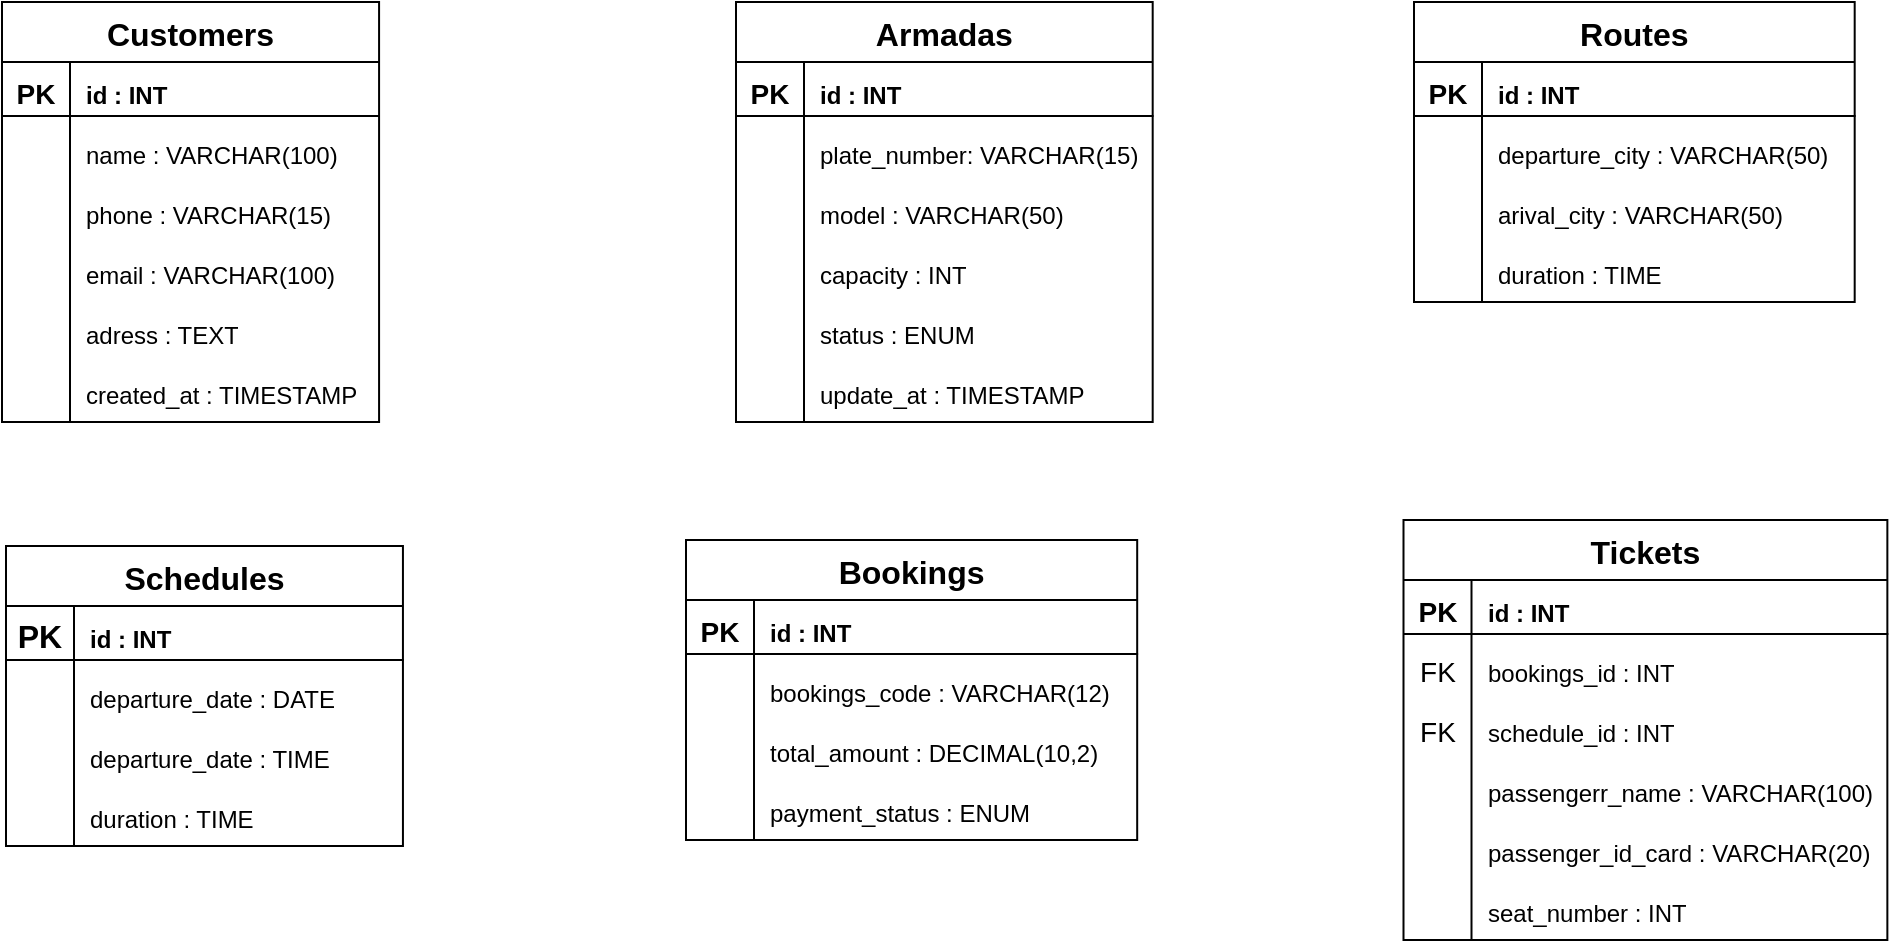
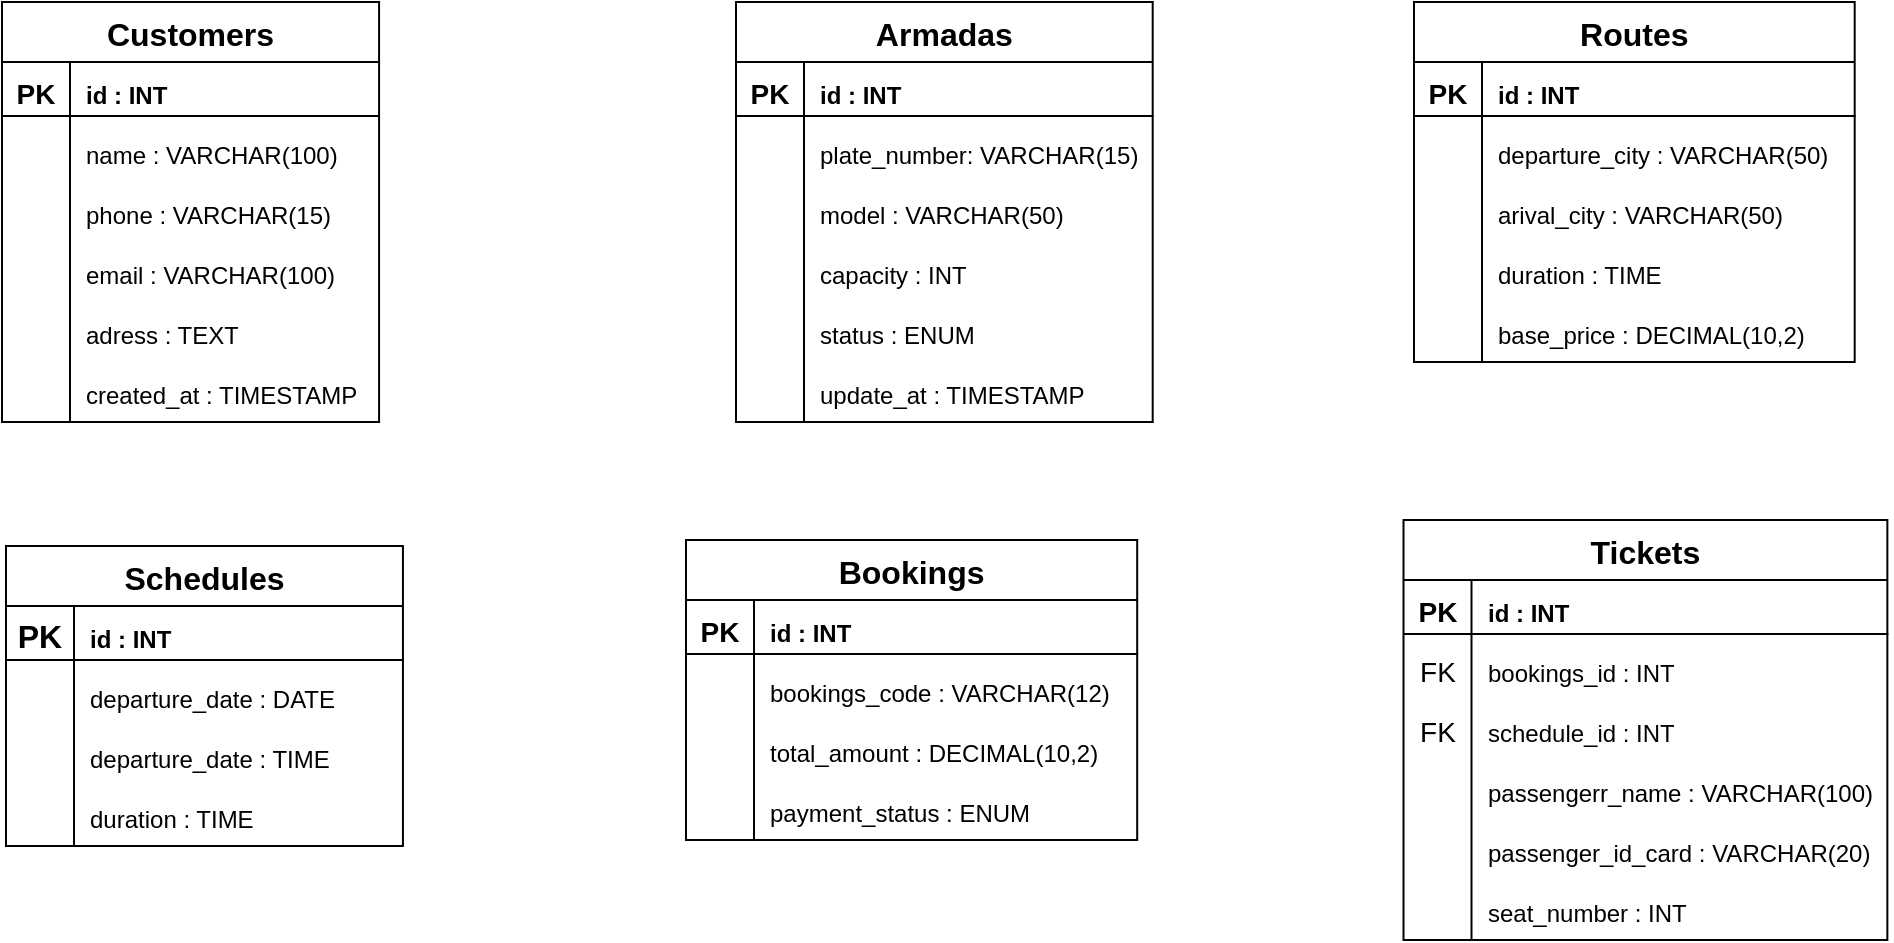
<mxfile host="Electron">
  <diagram name="Page-1" id="kJ8Mc6y_ZzB0DB1dgNBE">
    <mxGraphModel dx="1439" dy="849" grid="0" gridSize="10" guides="1" tooltips="1" connect="1" arrows="1" fold="1" page="1" pageScale="1" pageWidth="1169" pageHeight="827" background="#ffffff" math="0" shadow="0">
      <root>
        <mxCell id="0" />
        <mxCell id="1" parent="0" />
        <mxCell id="spA_d-TOyame6YQLWrdW-179" parent="1" style="shape=table;startSize=30;container=1;collapsible=0;childLayout=tableLayout;fixedRows=1;rowLines=0;fontStyle=1;strokeColor=#000000;fontSize=16;fontColor=#000000;fillColor=#FFFFFF;" value="Customers" vertex="1">
          <mxGeometry height="210" width="188.54173932756737" x="130" y="88" as="geometry" />
        </mxCell>
        <mxCell id="spA_d-TOyame6YQLWrdW-180" parent="spA_d-TOyame6YQLWrdW-179" style="shape=tableRow;horizontal=0;startSize=0;swimlaneHead=0;swimlaneBody=0;top=0;left=0;bottom=0;right=0;collapsible=0;dropTarget=0;fillColor=none;points=[[0,0.5],[1,0.5]];portConstraint=eastwest;strokeColor=inherit;fontSize=16;" value="" vertex="1">
          <mxGeometry height="30" width="188.54173932756737" y="30" as="geometry" />
        </mxCell>
        <mxCell id="spA_d-TOyame6YQLWrdW-181" parent="spA_d-TOyame6YQLWrdW-180" style="shape=partialRectangle;html=1;whiteSpace=wrap;connectable=0;fillColor=none;top=0;left=0;bottom=0;right=0;overflow=hidden;pointerEvents=1;strokeColor=#000000;fontSize=16;fontColor=#000000;" value="&lt;b&gt;&lt;font style=&quot;font-size: 14px;&quot;&gt;PK&lt;/font&gt;&lt;/b&gt;" vertex="1">
          <mxGeometry height="30" width="34" as="geometry">
            <mxRectangle height="30" width="34" as="alternateBounds" />
          </mxGeometry>
        </mxCell>
        <mxCell id="spA_d-TOyame6YQLWrdW-182" parent="spA_d-TOyame6YQLWrdW-180" style="shape=partialRectangle;html=1;whiteSpace=wrap;connectable=0;fillColor=none;top=0;left=0;bottom=0;right=0;align=left;spacingLeft=6;overflow=hidden;strokeColor=#000000;fontSize=16;fontColor=#000000;" value="&lt;font style=&quot;font-size: 12px;&quot;&gt;&lt;b&gt;id : INT&lt;/b&gt;&lt;/font&gt;" vertex="1">
          <mxGeometry height="30" width="155" x="34" as="geometry">
            <mxRectangle height="30" width="155" as="alternateBounds" />
          </mxGeometry>
        </mxCell>
        <mxCell id="spA_d-TOyame6YQLWrdW-183" parent="spA_d-TOyame6YQLWrdW-179" style="shape=tableRow;horizontal=0;startSize=0;swimlaneHead=0;swimlaneBody=0;top=0;left=0;bottom=0;right=0;collapsible=0;dropTarget=0;fillColor=none;points=[[0,0.5],[1,0.5]];portConstraint=eastwest;strokeColor=inherit;fontSize=16;" value="" vertex="1">
          <mxGeometry height="30" width="188.54173932756737" y="60" as="geometry" />
        </mxCell>
        <mxCell id="spA_d-TOyame6YQLWrdW-184" parent="spA_d-TOyame6YQLWrdW-183" style="shape=partialRectangle;html=1;whiteSpace=wrap;connectable=0;fillColor=none;top=0;left=0;bottom=0;right=0;overflow=hidden;strokeColor=inherit;fontSize=16;fontColor=#000000;" value="" vertex="1">
          <mxGeometry height="30" width="34" as="geometry">
            <mxRectangle height="30" width="34" as="alternateBounds" />
          </mxGeometry>
        </mxCell>
        <mxCell id="spA_d-TOyame6YQLWrdW-185" parent="spA_d-TOyame6YQLWrdW-183" style="shape=partialRectangle;html=1;whiteSpace=wrap;connectable=0;fillColor=none;top=0;left=0;bottom=0;right=0;align=left;spacingLeft=6;overflow=hidden;strokeColor=inherit;fontSize=16;fontColor=#000000;" value="&lt;span style=&quot;color: rgb(0, 0, 0); font-size: 12px;&quot;&gt;name :&amp;nbsp;&lt;/span&gt;&lt;span style=&quot;color: rgb(0, 0, 0); font-size: 12px; text-align: center;&quot;&gt;VARCHAR(100)&lt;/span&gt;" vertex="1">
          <mxGeometry height="30" width="155" x="34" as="geometry">
            <mxRectangle height="30" width="155" as="alternateBounds" />
          </mxGeometry>
        </mxCell>
        <mxCell id="spA_d-TOyame6YQLWrdW-186" parent="spA_d-TOyame6YQLWrdW-179" style="shape=tableRow;horizontal=0;startSize=0;swimlaneHead=0;swimlaneBody=0;top=0;left=0;bottom=0;right=0;collapsible=0;dropTarget=0;fillColor=none;points=[[0,0.5],[1,0.5]];portConstraint=eastwest;strokeColor=inherit;fontSize=16;" value="" vertex="1">
          <mxGeometry height="30" width="188.54173932756737" y="90" as="geometry" />
        </mxCell>
        <mxCell id="spA_d-TOyame6YQLWrdW-187" parent="spA_d-TOyame6YQLWrdW-186" style="shape=partialRectangle;html=1;whiteSpace=wrap;connectable=0;fillColor=none;top=0;left=0;bottom=0;right=0;overflow=hidden;strokeColor=inherit;fontSize=16;fontColor=#000000;" value="" vertex="1">
          <mxGeometry height="30" width="34" as="geometry">
            <mxRectangle height="30" width="34" as="alternateBounds" />
          </mxGeometry>
        </mxCell>
        <mxCell id="spA_d-TOyame6YQLWrdW-188" parent="spA_d-TOyame6YQLWrdW-186" style="shape=partialRectangle;html=1;whiteSpace=wrap;connectable=0;fillColor=none;top=0;left=0;bottom=0;right=0;align=left;spacingLeft=6;overflow=hidden;strokeColor=inherit;fontSize=16;fontColor=#000000;" value="&lt;span style=&quot;color: rgb(0, 0, 0); font-size: 12px;&quot;&gt;phone :&amp;nbsp;&lt;/span&gt;&lt;span style=&quot;color: rgb(0, 0, 0); font-size: 12px; text-align: center;&quot;&gt;VARCHAR(15)&lt;/span&gt;" vertex="1">
          <mxGeometry height="30" width="155" x="34" as="geometry">
            <mxRectangle height="30" width="155" as="alternateBounds" />
          </mxGeometry>
        </mxCell>
        <mxCell id="Xo8xpW6T9qOqPY2RvKqo-4" parent="spA_d-TOyame6YQLWrdW-179" style="shape=tableRow;horizontal=0;startSize=0;swimlaneHead=0;swimlaneBody=0;top=0;left=0;bottom=0;right=0;collapsible=0;dropTarget=0;fillColor=none;points=[[0,0.5],[1,0.5]];portConstraint=eastwest;strokeColor=inherit;fontSize=16;" value="" vertex="1">
          <mxGeometry height="30" width="188.54173932756737" y="120" as="geometry" />
        </mxCell>
        <mxCell id="Xo8xpW6T9qOqPY2RvKqo-5" parent="Xo8xpW6T9qOqPY2RvKqo-4" style="shape=partialRectangle;html=1;whiteSpace=wrap;connectable=0;fillColor=none;top=0;left=0;bottom=0;right=0;overflow=hidden;strokeColor=inherit;fontSize=16;fontColor=#000000;" value="" vertex="1">
          <mxGeometry height="30" width="34" as="geometry">
            <mxRectangle height="30" width="34" as="alternateBounds" />
          </mxGeometry>
        </mxCell>
        <mxCell id="Xo8xpW6T9qOqPY2RvKqo-6" parent="Xo8xpW6T9qOqPY2RvKqo-4" style="shape=partialRectangle;html=1;whiteSpace=wrap;connectable=0;fillColor=none;top=0;left=0;bottom=0;right=0;align=left;spacingLeft=6;overflow=hidden;strokeColor=inherit;fontSize=16;fontColor=#000000;" value="&lt;span style=&quot;color: rgb(0, 0, 0); font-size: 12px;&quot;&gt;email :&amp;nbsp;&lt;/span&gt;&lt;span style=&quot;color: rgb(0, 0, 0); font-size: 12px; text-align: center;&quot;&gt;VARCHAR(100)&lt;/span&gt;" vertex="1">
          <mxGeometry height="30" width="155" x="34" as="geometry">
            <mxRectangle height="30" width="155" as="alternateBounds" />
          </mxGeometry>
        </mxCell>
        <mxCell id="4wj_1gfYNaP55m7zzhlJ-24" parent="spA_d-TOyame6YQLWrdW-179" style="shape=tableRow;horizontal=0;startSize=0;swimlaneHead=0;swimlaneBody=0;top=0;left=0;bottom=0;right=0;collapsible=0;dropTarget=0;fillColor=none;points=[[0,0.5],[1,0.5]];portConstraint=eastwest;strokeColor=inherit;fontSize=16;" value="" vertex="1">
          <mxGeometry height="30" width="188.54173932756737" y="150" as="geometry" />
        </mxCell>
        <mxCell id="4wj_1gfYNaP55m7zzhlJ-25" parent="4wj_1gfYNaP55m7zzhlJ-24" style="shape=partialRectangle;html=1;whiteSpace=wrap;connectable=0;fillColor=none;top=0;left=0;bottom=0;right=0;overflow=hidden;strokeColor=inherit;fontSize=16;fontColor=#000000;" value="" vertex="1">
          <mxGeometry height="30" width="34" as="geometry">
            <mxRectangle height="30" width="34" as="alternateBounds" />
          </mxGeometry>
        </mxCell>
        <mxCell id="4wj_1gfYNaP55m7zzhlJ-26" parent="4wj_1gfYNaP55m7zzhlJ-24" style="shape=partialRectangle;html=1;whiteSpace=wrap;connectable=0;fillColor=none;top=0;left=0;bottom=0;right=0;align=left;spacingLeft=6;overflow=hidden;strokeColor=inherit;fontSize=16;fontColor=#000000;" value="&lt;div style=&quot;text-align: center;&quot;&gt;&lt;span style=&quot;color: rgb(0, 0, 0); font-size: 12px; background-color: transparent;&quot;&gt;adress : TEXT&lt;/span&gt;&lt;/div&gt;" vertex="1">
          <mxGeometry height="30" width="155" x="34" as="geometry">
            <mxRectangle height="30" width="155" as="alternateBounds" />
          </mxGeometry>
        </mxCell>
        <mxCell id="4wj_1gfYNaP55m7zzhlJ-27" parent="spA_d-TOyame6YQLWrdW-179" style="shape=tableRow;horizontal=0;startSize=0;swimlaneHead=0;swimlaneBody=0;top=0;left=0;bottom=0;right=0;collapsible=0;dropTarget=0;fillColor=none;points=[[0,0.5],[1,0.5]];portConstraint=eastwest;strokeColor=inherit;fontSize=16;" value="" vertex="1">
          <mxGeometry height="30" width="188.54173932756737" y="180" as="geometry" />
        </mxCell>
        <mxCell id="4wj_1gfYNaP55m7zzhlJ-28" parent="4wj_1gfYNaP55m7zzhlJ-27" style="shape=partialRectangle;html=1;whiteSpace=wrap;connectable=0;fillColor=none;top=0;left=0;bottom=0;right=0;overflow=hidden;strokeColor=inherit;fontSize=16;fontColor=#000000;" value="" vertex="1">
          <mxGeometry height="30" width="34" as="geometry">
            <mxRectangle height="30" width="34" as="alternateBounds" />
          </mxGeometry>
        </mxCell>
        <mxCell id="4wj_1gfYNaP55m7zzhlJ-29" parent="4wj_1gfYNaP55m7zzhlJ-27" style="shape=partialRectangle;html=1;whiteSpace=wrap;connectable=0;fillColor=none;top=0;left=0;bottom=0;right=0;align=left;spacingLeft=6;overflow=hidden;strokeColor=inherit;fontSize=16;fontColor=#000000;" value="&lt;div style=&quot;text-align: center;&quot;&gt;&lt;span style=&quot;color: rgb(0, 0, 0); font-size: 12px; background-color: transparent;&quot;&gt;created_at : TIMESTAMP&lt;/span&gt;&lt;/div&gt;" vertex="1">
          <mxGeometry height="30" width="155" x="34" as="geometry">
            <mxRectangle height="30" width="155" as="alternateBounds" />
          </mxGeometry>
        </mxCell>
        <mxCell id="Xo8xpW6T9qOqPY2RvKqo-3" edge="1" parent="spA_d-TOyame6YQLWrdW-179" source="spA_d-TOyame6YQLWrdW-180" style="endArrow=none;html=1;rounded=0;strokeColor=#000000;entryX=1.002;entryY=0.898;entryDx=0;entryDy=0;entryPerimeter=0;exitX=0;exitY=0.9;exitDx=0;exitDy=0;exitPerimeter=0;" target="spA_d-TOyame6YQLWrdW-180" value="">
          <mxGeometry height="50" relative="1" width="50" as="geometry">
            <mxPoint x="72" y="102" as="sourcePoint" />
            <mxPoint x="122" y="52" as="targetPoint" />
          </mxGeometry>
        </mxCell>
        <mxCell id="Xo8xpW6T9qOqPY2RvKqo-7" parent="1" style="shape=table;startSize=30;container=1;collapsible=0;childLayout=tableLayout;fixedRows=1;rowLines=0;fontStyle=1;strokeColor=#000000;fontSize=16;fontColor=#000000;fillColor=#FFFFFF;" value="Armadas" vertex="1">
          <mxGeometry height="210" width="208.34497754179932" x="497" y="88" as="geometry" />
        </mxCell>
        <mxCell id="Xo8xpW6T9qOqPY2RvKqo-8" parent="Xo8xpW6T9qOqPY2RvKqo-7" style="shape=tableRow;horizontal=0;startSize=0;swimlaneHead=0;swimlaneBody=0;top=0;left=0;bottom=0;right=0;collapsible=0;dropTarget=0;fillColor=none;points=[[0,0.5],[1,0.5]];portConstraint=eastwest;strokeColor=inherit;fontSize=16;" value="" vertex="1">
          <mxGeometry height="30" width="208.34497754179932" y="30" as="geometry" />
        </mxCell>
        <mxCell id="Xo8xpW6T9qOqPY2RvKqo-9" parent="Xo8xpW6T9qOqPY2RvKqo-8" style="shape=partialRectangle;html=1;whiteSpace=wrap;connectable=0;fillColor=none;top=0;left=0;bottom=0;right=0;overflow=hidden;pointerEvents=1;strokeColor=#000000;fontSize=16;fontColor=#000000;" value="&lt;b&gt;&lt;font style=&quot;font-size: 14px;&quot;&gt;PK&lt;/font&gt;&lt;/b&gt;" vertex="1">
          <mxGeometry height="30" width="34" as="geometry">
            <mxRectangle height="30" width="34" as="alternateBounds" />
          </mxGeometry>
        </mxCell>
        <mxCell id="Xo8xpW6T9qOqPY2RvKqo-10" parent="Xo8xpW6T9qOqPY2RvKqo-8" style="shape=partialRectangle;html=1;whiteSpace=wrap;connectable=0;fillColor=none;top=0;left=0;bottom=0;right=0;align=left;spacingLeft=6;overflow=hidden;strokeColor=#000000;fontSize=16;fontColor=#000000;" value="&lt;font style=&quot;font-size: 12px;&quot;&gt;&lt;b&gt;id : INT&lt;/b&gt;&lt;/font&gt;" vertex="1">
          <mxGeometry height="30" width="174" x="34" as="geometry">
            <mxRectangle height="30" width="174" as="alternateBounds" />
          </mxGeometry>
        </mxCell>
        <mxCell id="Xo8xpW6T9qOqPY2RvKqo-11" parent="Xo8xpW6T9qOqPY2RvKqo-7" style="shape=tableRow;horizontal=0;startSize=0;swimlaneHead=0;swimlaneBody=0;top=0;left=0;bottom=0;right=0;collapsible=0;dropTarget=0;fillColor=none;points=[[0,0.5],[1,0.5]];portConstraint=eastwest;strokeColor=inherit;fontSize=16;" value="" vertex="1">
          <mxGeometry height="30" width="208.34497754179932" y="60" as="geometry" />
        </mxCell>
        <mxCell id="Xo8xpW6T9qOqPY2RvKqo-12" parent="Xo8xpW6T9qOqPY2RvKqo-11" style="shape=partialRectangle;html=1;whiteSpace=wrap;connectable=0;fillColor=none;top=0;left=0;bottom=0;right=0;overflow=hidden;strokeColor=inherit;fontSize=16;fontColor=#000000;" value="" vertex="1">
          <mxGeometry height="30" width="34" as="geometry">
            <mxRectangle height="30" width="34" as="alternateBounds" />
          </mxGeometry>
        </mxCell>
        <mxCell id="Xo8xpW6T9qOqPY2RvKqo-13" parent="Xo8xpW6T9qOqPY2RvKqo-11" style="shape=partialRectangle;html=1;whiteSpace=wrap;connectable=0;fillColor=none;top=0;left=0;bottom=0;right=0;align=left;spacingLeft=6;overflow=hidden;strokeColor=inherit;fontSize=16;fontColor=#000000;" value="&lt;font color=&quot;#000000&quot;&gt;&lt;span style=&quot;font-size: 12px;&quot;&gt;plate_number: VARCHAR(&lt;/span&gt;&lt;span style=&quot;font-size: 12px;&quot;&gt;15&lt;/span&gt;&lt;span style=&quot;font-size: 12px;&quot;&gt;)&lt;/span&gt;&lt;/font&gt;" vertex="1">
          <mxGeometry height="30" width="174" x="34" as="geometry">
            <mxRectangle height="30" width="174" as="alternateBounds" />
          </mxGeometry>
        </mxCell>
        <mxCell id="Xo8xpW6T9qOqPY2RvKqo-14" parent="Xo8xpW6T9qOqPY2RvKqo-7" style="shape=tableRow;horizontal=0;startSize=0;swimlaneHead=0;swimlaneBody=0;top=0;left=0;bottom=0;right=0;collapsible=0;dropTarget=0;fillColor=none;points=[[0,0.5],[1,0.5]];portConstraint=eastwest;strokeColor=inherit;fontSize=16;" value="" vertex="1">
          <mxGeometry height="30" width="208.34497754179932" y="90" as="geometry" />
        </mxCell>
        <mxCell id="Xo8xpW6T9qOqPY2RvKqo-15" parent="Xo8xpW6T9qOqPY2RvKqo-14" style="shape=partialRectangle;html=1;whiteSpace=wrap;connectable=0;fillColor=none;top=0;left=0;bottom=0;right=0;overflow=hidden;strokeColor=inherit;fontSize=16;fontColor=#000000;" value="" vertex="1">
          <mxGeometry height="30" width="34" as="geometry">
            <mxRectangle height="30" width="34" as="alternateBounds" />
          </mxGeometry>
        </mxCell>
        <mxCell id="Xo8xpW6T9qOqPY2RvKqo-16" parent="Xo8xpW6T9qOqPY2RvKqo-14" style="shape=partialRectangle;html=1;whiteSpace=wrap;connectable=0;fillColor=none;top=0;left=0;bottom=0;right=0;align=left;spacingLeft=6;overflow=hidden;strokeColor=inherit;fontSize=16;fontColor=#000000;" value="&lt;div style=&quot;text-align: center;&quot;&gt;&lt;span style=&quot;color: rgb(0, 0, 0); font-size: 12px; text-align: left;&quot;&gt;model : VARCHAR(50)&lt;/span&gt;&lt;/div&gt;" vertex="1">
          <mxGeometry height="30" width="174" x="34" as="geometry">
            <mxRectangle height="30" width="174" as="alternateBounds" />
          </mxGeometry>
        </mxCell>
        <mxCell id="Xo8xpW6T9qOqPY2RvKqo-17" parent="Xo8xpW6T9qOqPY2RvKqo-7" style="shape=tableRow;horizontal=0;startSize=0;swimlaneHead=0;swimlaneBody=0;top=0;left=0;bottom=0;right=0;collapsible=0;dropTarget=0;fillColor=none;points=[[0,0.5],[1,0.5]];portConstraint=eastwest;strokeColor=inherit;fontSize=16;" value="" vertex="1">
          <mxGeometry height="30" width="208.34497754179932" y="120" as="geometry" />
        </mxCell>
        <mxCell id="Xo8xpW6T9qOqPY2RvKqo-18" parent="Xo8xpW6T9qOqPY2RvKqo-17" style="shape=partialRectangle;html=1;whiteSpace=wrap;connectable=0;fillColor=none;top=0;left=0;bottom=0;right=0;overflow=hidden;strokeColor=inherit;fontSize=16;fontColor=#000000;" value="" vertex="1">
          <mxGeometry height="30" width="34" as="geometry">
            <mxRectangle height="30" width="34" as="alternateBounds" />
          </mxGeometry>
        </mxCell>
        <mxCell id="Xo8xpW6T9qOqPY2RvKqo-19" parent="Xo8xpW6T9qOqPY2RvKqo-17" style="shape=partialRectangle;html=1;whiteSpace=wrap;connectable=0;fillColor=none;top=0;left=0;bottom=0;right=0;align=left;spacingLeft=6;overflow=hidden;strokeColor=inherit;fontSize=16;fontColor=#000000;" value="&lt;span style=&quot;color: rgb(0, 0, 0); font-size: 12px; text-align: center;&quot;&gt;capacity : INT&lt;/span&gt;" vertex="1">
          <mxGeometry height="30" width="174" x="34" as="geometry">
            <mxRectangle height="30" width="174" as="alternateBounds" />
          </mxGeometry>
        </mxCell>
        <mxCell id="BzmTT121cw_u00IB5EKc-1" parent="Xo8xpW6T9qOqPY2RvKqo-7" style="shape=tableRow;horizontal=0;startSize=0;swimlaneHead=0;swimlaneBody=0;top=0;left=0;bottom=0;right=0;collapsible=0;dropTarget=0;fillColor=none;points=[[0,0.5],[1,0.5]];portConstraint=eastwest;strokeColor=inherit;fontSize=16;" value="" vertex="1">
          <mxGeometry height="30" width="208.34497754179932" y="150" as="geometry" />
        </mxCell>
        <mxCell id="BzmTT121cw_u00IB5EKc-2" parent="BzmTT121cw_u00IB5EKc-1" style="shape=partialRectangle;html=1;whiteSpace=wrap;connectable=0;fillColor=none;top=0;left=0;bottom=0;right=0;overflow=hidden;strokeColor=inherit;fontSize=16;fontColor=#000000;" value="" vertex="1">
          <mxGeometry height="30" width="34" as="geometry">
            <mxRectangle height="30" width="34" as="alternateBounds" />
          </mxGeometry>
        </mxCell>
        <mxCell id="BzmTT121cw_u00IB5EKc-3" parent="BzmTT121cw_u00IB5EKc-1" style="shape=partialRectangle;html=1;whiteSpace=wrap;connectable=0;fillColor=none;top=0;left=0;bottom=0;right=0;align=left;spacingLeft=6;overflow=hidden;strokeColor=inherit;fontSize=16;fontColor=#000000;" value="&lt;span style=&quot;color: rgb(0, 0, 0); font-size: 12px;&quot;&gt;status :&amp;nbsp;&lt;/span&gt;&lt;span style=&quot;color: rgb(0, 0, 0); font-size: 12px; text-align: center;&quot;&gt;ENUM&lt;/span&gt;" vertex="1">
          <mxGeometry height="30" width="174" x="34" as="geometry">
            <mxRectangle height="30" width="174" as="alternateBounds" />
          </mxGeometry>
        </mxCell>
        <mxCell id="BzmTT121cw_u00IB5EKc-4" parent="Xo8xpW6T9qOqPY2RvKqo-7" style="shape=tableRow;horizontal=0;startSize=0;swimlaneHead=0;swimlaneBody=0;top=0;left=0;bottom=0;right=0;collapsible=0;dropTarget=0;fillColor=none;points=[[0,0.5],[1,0.5]];portConstraint=eastwest;strokeColor=inherit;fontSize=16;" value="" vertex="1">
          <mxGeometry height="30" width="208.34497754179932" y="180" as="geometry" />
        </mxCell>
        <mxCell id="BzmTT121cw_u00IB5EKc-5" parent="BzmTT121cw_u00IB5EKc-4" style="shape=partialRectangle;html=1;whiteSpace=wrap;connectable=0;fillColor=none;top=0;left=0;bottom=0;right=0;overflow=hidden;strokeColor=inherit;fontSize=16;fontColor=#000000;" value="" vertex="1">
          <mxGeometry height="30" width="34" as="geometry">
            <mxRectangle height="30" width="34" as="alternateBounds" />
          </mxGeometry>
        </mxCell>
        <mxCell id="BzmTT121cw_u00IB5EKc-6" parent="BzmTT121cw_u00IB5EKc-4" style="shape=partialRectangle;html=1;whiteSpace=wrap;connectable=0;fillColor=none;top=0;left=0;bottom=0;right=0;align=left;spacingLeft=6;overflow=hidden;strokeColor=inherit;fontSize=16;fontColor=#000000;" value="&lt;div style=&quot;text-align: center;&quot;&gt;&lt;span style=&quot;color: rgb(0, 0, 0); font-size: 12px; background-color: transparent;&quot;&gt;update_at : TIMESTAMP&lt;/span&gt;&lt;/div&gt;" vertex="1">
          <mxGeometry height="30" width="174" x="34" as="geometry">
            <mxRectangle height="30" width="174" as="alternateBounds" />
          </mxGeometry>
        </mxCell>
        <mxCell id="Xo8xpW6T9qOqPY2RvKqo-20" edge="1" parent="Xo8xpW6T9qOqPY2RvKqo-7" source="Xo8xpW6T9qOqPY2RvKqo-8" style="endArrow=none;html=1;rounded=0;strokeColor=#000000;entryX=1.002;entryY=0.898;entryDx=0;entryDy=0;entryPerimeter=0;exitX=0;exitY=0.9;exitDx=0;exitDy=0;exitPerimeter=0;" target="Xo8xpW6T9qOqPY2RvKqo-8" value="">
          <mxGeometry height="50" relative="1" width="50" as="geometry">
            <mxPoint x="72" y="102" as="sourcePoint" />
            <mxPoint x="122" y="52" as="targetPoint" />
          </mxGeometry>
        </mxCell>
        <mxCell id="Xo8xpW6T9qOqPY2RvKqo-21" parent="1" style="shape=table;startSize=30;container=1;collapsible=0;childLayout=tableLayout;fixedRows=1;rowLines=0;fontStyle=1;strokeColor=#000000;fontSize=16;fontColor=#000000;fillColor=#FFFFFF;" value="Routes" vertex="1">
-           <mxGeometry height="150" width="220.34746442522356" x="836" y="88" as="geometry" />
+           <mxGeometry height="180" width="220.34746442522356" x="836" y="88" as="geometry" />
        </mxCell>
        <mxCell id="Xo8xpW6T9qOqPY2RvKqo-22" parent="Xo8xpW6T9qOqPY2RvKqo-21" style="shape=tableRow;horizontal=0;startSize=0;swimlaneHead=0;swimlaneBody=0;top=0;left=0;bottom=0;right=0;collapsible=0;dropTarget=0;fillColor=none;points=[[0,0.5],[1,0.5]];portConstraint=eastwest;strokeColor=inherit;fontSize=16;" value="" vertex="1">
          <mxGeometry height="30" width="220.34746442522356" y="30" as="geometry" />
        </mxCell>
        <mxCell id="Xo8xpW6T9qOqPY2RvKqo-23" parent="Xo8xpW6T9qOqPY2RvKqo-22" style="shape=partialRectangle;html=1;whiteSpace=wrap;connectable=0;fillColor=none;top=0;left=0;bottom=0;right=0;overflow=hidden;pointerEvents=1;strokeColor=#000000;fontSize=16;fontColor=#000000;" value="&lt;b&gt;&lt;font style=&quot;font-size: 14px;&quot;&gt;PK&lt;/font&gt;&lt;/b&gt;" vertex="1">
          <mxGeometry height="30" width="34" as="geometry">
            <mxRectangle height="30" width="34" as="alternateBounds" />
          </mxGeometry>
        </mxCell>
        <mxCell id="Xo8xpW6T9qOqPY2RvKqo-24" parent="Xo8xpW6T9qOqPY2RvKqo-22" style="shape=partialRectangle;html=1;whiteSpace=wrap;connectable=0;fillColor=none;top=0;left=0;bottom=0;right=0;align=left;spacingLeft=6;overflow=hidden;strokeColor=#000000;fontSize=16;fontColor=#000000;" value="&lt;font style=&quot;font-size: 12px;&quot;&gt;&lt;b&gt;id : INT&lt;/b&gt;&lt;/font&gt;" vertex="1">
          <mxGeometry height="30" width="186" x="34" as="geometry">
            <mxRectangle height="30" width="186" as="alternateBounds" />
          </mxGeometry>
        </mxCell>
        <mxCell id="Xo8xpW6T9qOqPY2RvKqo-25" parent="Xo8xpW6T9qOqPY2RvKqo-21" style="shape=tableRow;horizontal=0;startSize=0;swimlaneHead=0;swimlaneBody=0;top=0;left=0;bottom=0;right=0;collapsible=0;dropTarget=0;fillColor=none;points=[[0,0.5],[1,0.5]];portConstraint=eastwest;strokeColor=inherit;fontSize=16;" value="" vertex="1">
          <mxGeometry height="30" width="220.34746442522356" y="60" as="geometry" />
        </mxCell>
        <mxCell id="Xo8xpW6T9qOqPY2RvKqo-26" parent="Xo8xpW6T9qOqPY2RvKqo-25" style="shape=partialRectangle;html=1;whiteSpace=wrap;connectable=0;fillColor=none;top=0;left=0;bottom=0;right=0;overflow=hidden;strokeColor=inherit;fontSize=16;fontColor=#000000;" value="" vertex="1">
          <mxGeometry height="30" width="34" as="geometry">
            <mxRectangle height="30" width="34" as="alternateBounds" />
          </mxGeometry>
        </mxCell>
        <mxCell id="Xo8xpW6T9qOqPY2RvKqo-27" parent="Xo8xpW6T9qOqPY2RvKqo-25" style="shape=partialRectangle;html=1;whiteSpace=wrap;connectable=0;fillColor=none;top=0;left=0;bottom=0;right=0;align=left;spacingLeft=6;overflow=hidden;strokeColor=inherit;fontSize=16;fontColor=#000000;" value="&lt;font color=&quot;#000000&quot;&gt;&lt;span style=&quot;font-size: 12px;&quot;&gt;departure_city : VARCHAR(50)&lt;/span&gt;&lt;/font&gt;" vertex="1">
          <mxGeometry height="30" width="186" x="34" as="geometry">
            <mxRectangle height="30" width="186" as="alternateBounds" />
          </mxGeometry>
        </mxCell>
        <mxCell id="Xo8xpW6T9qOqPY2RvKqo-28" parent="Xo8xpW6T9qOqPY2RvKqo-21" style="shape=tableRow;horizontal=0;startSize=0;swimlaneHead=0;swimlaneBody=0;top=0;left=0;bottom=0;right=0;collapsible=0;dropTarget=0;fillColor=none;points=[[0,0.5],[1,0.5]];portConstraint=eastwest;strokeColor=inherit;fontSize=16;" value="" vertex="1">
          <mxGeometry height="30" width="220.34746442522356" y="90" as="geometry" />
        </mxCell>
        <mxCell id="Xo8xpW6T9qOqPY2RvKqo-29" parent="Xo8xpW6T9qOqPY2RvKqo-28" style="shape=partialRectangle;html=1;whiteSpace=wrap;connectable=0;fillColor=none;top=0;left=0;bottom=0;right=0;overflow=hidden;strokeColor=inherit;fontSize=16;fontColor=#000000;" value="" vertex="1">
          <mxGeometry height="30" width="34" as="geometry">
            <mxRectangle height="30" width="34" as="alternateBounds" />
          </mxGeometry>
        </mxCell>
        <mxCell id="Xo8xpW6T9qOqPY2RvKqo-30" parent="Xo8xpW6T9qOqPY2RvKqo-28" style="shape=partialRectangle;html=1;whiteSpace=wrap;connectable=0;fillColor=none;top=0;left=0;bottom=0;right=0;align=left;spacingLeft=6;overflow=hidden;strokeColor=inherit;fontSize=16;fontColor=#000000;" value="&lt;div style=&quot;text-align: center;&quot;&gt;&lt;span style=&quot;color: rgb(0, 0, 0); font-size: 12px; background-color: transparent;&quot;&gt;arival_city : VARCHAR(50)&lt;/span&gt;&lt;/div&gt;" vertex="1">
          <mxGeometry height="30" width="186" x="34" as="geometry">
            <mxRectangle height="30" width="186" as="alternateBounds" />
          </mxGeometry>
        </mxCell>
        <mxCell id="Xo8xpW6T9qOqPY2RvKqo-31" parent="Xo8xpW6T9qOqPY2RvKqo-21" style="shape=tableRow;horizontal=0;startSize=0;swimlaneHead=0;swimlaneBody=0;top=0;left=0;bottom=0;right=0;collapsible=0;dropTarget=0;fillColor=none;points=[[0,0.5],[1,0.5]];portConstraint=eastwest;strokeColor=inherit;fontSize=16;" value="" vertex="1">
          <mxGeometry height="30" width="220.34746442522356" y="120" as="geometry" />
        </mxCell>
        <mxCell id="Xo8xpW6T9qOqPY2RvKqo-32" parent="Xo8xpW6T9qOqPY2RvKqo-31" style="shape=partialRectangle;html=1;whiteSpace=wrap;connectable=0;fillColor=none;top=0;left=0;bottom=0;right=0;overflow=hidden;strokeColor=inherit;fontSize=16;fontColor=#000000;" value="" vertex="1">
          <mxGeometry height="30" width="34" as="geometry">
            <mxRectangle height="30" width="34" as="alternateBounds" />
          </mxGeometry>
        </mxCell>
        <mxCell id="Xo8xpW6T9qOqPY2RvKqo-33" parent="Xo8xpW6T9qOqPY2RvKqo-31" style="shape=partialRectangle;html=1;whiteSpace=wrap;connectable=0;fillColor=none;top=0;left=0;bottom=0;right=0;align=left;spacingLeft=6;overflow=hidden;strokeColor=inherit;fontSize=16;fontColor=#000000;" value="&lt;div style=&quot;text-align: center;&quot;&gt;&lt;span style=&quot;color: rgb(0, 0, 0); font-size: 12px; background-color: transparent;&quot;&gt;duration : TIME&lt;/span&gt;&lt;/div&gt;" vertex="1">
+           <mxGeometry height="30" width="186" x="34" as="geometry">
+             <mxRectangle height="30" width="186" as="alternateBounds" />
+           </mxGeometry>
+         </mxCell>
+         <mxCell id="BzmTT121cw_u00IB5EKc-10" parent="Xo8xpW6T9qOqPY2RvKqo-21" style="shape=tableRow;horizontal=0;startSize=0;swimlaneHead=0;swimlaneBody=0;top=0;left=0;bottom=0;right=0;collapsible=0;dropTarget=0;fillColor=none;points=[[0,0.5],[1,0.5]];portConstraint=eastwest;strokeColor=inherit;fontSize=16;" value="" vertex="1">
+           <mxGeometry height="30" width="220.34746442522356" y="150" as="geometry" />
+         </mxCell>
+         <mxCell id="BzmTT121cw_u00IB5EKc-11" parent="BzmTT121cw_u00IB5EKc-10" style="shape=partialRectangle;html=1;whiteSpace=wrap;connectable=0;fillColor=none;top=0;left=0;bottom=0;right=0;overflow=hidden;strokeColor=inherit;fontSize=16;fontColor=#000000;" value="" vertex="1">
+           <mxGeometry height="30" width="34" as="geometry">
+             <mxRectangle height="30" width="34" as="alternateBounds" />
+           </mxGeometry>
+         </mxCell>
+         <mxCell id="BzmTT121cw_u00IB5EKc-12" parent="BzmTT121cw_u00IB5EKc-10" style="shape=partialRectangle;html=1;whiteSpace=wrap;connectable=0;fillColor=none;top=0;left=0;bottom=0;right=0;align=left;spacingLeft=6;overflow=hidden;strokeColor=inherit;fontSize=16;fontColor=#000000;" value="&lt;div style=&quot;text-align: center;&quot;&gt;&lt;span style=&quot;color: rgb(0, 0, 0); font-size: 12px; background-color: transparent;&quot;&gt;base_price : DECIMAL(10,2)&lt;/span&gt;&lt;/div&gt;" vertex="1">
          <mxGeometry height="30" width="186" x="34" as="geometry">
            <mxRectangle height="30" width="186" as="alternateBounds" />
          </mxGeometry>
        </mxCell>
        <mxCell id="Xo8xpW6T9qOqPY2RvKqo-34" edge="1" parent="Xo8xpW6T9qOqPY2RvKqo-21" source="Xo8xpW6T9qOqPY2RvKqo-22" style="endArrow=none;html=1;rounded=0;strokeColor=#000000;entryX=1.002;entryY=0.898;entryDx=0;entryDy=0;entryPerimeter=0;exitX=0;exitY=0.9;exitDx=0;exitDy=0;exitPerimeter=0;" target="Xo8xpW6T9qOqPY2RvKqo-22" value="">
          <mxGeometry height="50" relative="1" width="50" as="geometry">
            <mxPoint x="72" y="102" as="sourcePoint" />
            <mxPoint x="122" y="52" as="targetPoint" />
          </mxGeometry>
        </mxCell>
        <mxCell id="Xo8xpW6T9qOqPY2RvKqo-49" parent="1" style="shape=table;startSize=30;container=1;collapsible=0;childLayout=tableLayout;fixedRows=1;rowLines=0;fontStyle=1;strokeColor=#000000;fontSize=16;fontColor=#000000;fillColor=#FFFFFF;" value="Schedules" vertex="1">
          <mxGeometry height="150" width="198.47246442522373" x="132" y="360" as="geometry" />
        </mxCell>
        <mxCell id="Xo8xpW6T9qOqPY2RvKqo-50" parent="Xo8xpW6T9qOqPY2RvKqo-49" style="shape=tableRow;horizontal=0;startSize=0;swimlaneHead=0;swimlaneBody=0;top=0;left=0;bottom=0;right=0;collapsible=0;dropTarget=0;fillColor=none;points=[[0,0.5],[1,0.5]];portConstraint=eastwest;strokeColor=inherit;fontSize=16;" value="" vertex="1">
          <mxGeometry height="30" width="198.47246442522373" y="30" as="geometry" />
        </mxCell>
        <mxCell id="Xo8xpW6T9qOqPY2RvKqo-51" parent="Xo8xpW6T9qOqPY2RvKqo-50" style="shape=partialRectangle;html=1;whiteSpace=wrap;connectable=0;fillColor=none;top=0;left=0;bottom=0;right=0;overflow=hidden;pointerEvents=1;strokeColor=#000000;fontSize=16;fontColor=#000000;" value="&lt;b&gt;PK&lt;/b&gt;" vertex="1">
          <mxGeometry height="30" width="34" as="geometry">
            <mxRectangle height="30" width="34" as="alternateBounds" />
          </mxGeometry>
        </mxCell>
        <mxCell id="Xo8xpW6T9qOqPY2RvKqo-52" parent="Xo8xpW6T9qOqPY2RvKqo-50" style="shape=partialRectangle;html=1;whiteSpace=wrap;connectable=0;fillColor=none;top=0;left=0;bottom=0;right=0;align=left;spacingLeft=6;overflow=hidden;strokeColor=#000000;fontSize=16;fontColor=#000000;" value="&lt;font style=&quot;font-size: 12px;&quot;&gt;&lt;b&gt;id : INT&lt;/b&gt;&lt;/font&gt;" vertex="1">
          <mxGeometry height="30" width="164" x="34" as="geometry">
            <mxRectangle height="30" width="164" as="alternateBounds" />
          </mxGeometry>
        </mxCell>
        <mxCell id="Xo8xpW6T9qOqPY2RvKqo-53" parent="Xo8xpW6T9qOqPY2RvKqo-49" style="shape=tableRow;horizontal=0;startSize=0;swimlaneHead=0;swimlaneBody=0;top=0;left=0;bottom=0;right=0;collapsible=0;dropTarget=0;fillColor=none;points=[[0,0.5],[1,0.5]];portConstraint=eastwest;strokeColor=inherit;fontSize=16;" value="" vertex="1">
          <mxGeometry height="30" width="198.47246442522373" y="60" as="geometry" />
        </mxCell>
        <mxCell id="Xo8xpW6T9qOqPY2RvKqo-54" parent="Xo8xpW6T9qOqPY2RvKqo-53" style="shape=partialRectangle;html=1;whiteSpace=wrap;connectable=0;fillColor=none;top=0;left=0;bottom=0;right=0;overflow=hidden;strokeColor=inherit;fontSize=16;fontColor=#000000;" value="" vertex="1">
          <mxGeometry height="30" width="34" as="geometry">
            <mxRectangle height="30" width="34" as="alternateBounds" />
          </mxGeometry>
        </mxCell>
        <mxCell id="Xo8xpW6T9qOqPY2RvKqo-55" parent="Xo8xpW6T9qOqPY2RvKqo-53" style="shape=partialRectangle;html=1;whiteSpace=wrap;connectable=0;fillColor=none;top=0;left=0;bottom=0;right=0;align=left;spacingLeft=6;overflow=hidden;strokeColor=inherit;fontSize=16;fontColor=#000000;" value="&lt;font color=&quot;#000000&quot;&gt;&lt;span style=&quot;font-size: 12px;&quot;&gt;departure_date : DATE&lt;/span&gt;&lt;/font&gt;" vertex="1">
          <mxGeometry height="30" width="164" x="34" as="geometry">
            <mxRectangle height="30" width="164" as="alternateBounds" />
          </mxGeometry>
        </mxCell>
        <mxCell id="Xo8xpW6T9qOqPY2RvKqo-56" parent="Xo8xpW6T9qOqPY2RvKqo-49" style="shape=tableRow;horizontal=0;startSize=0;swimlaneHead=0;swimlaneBody=0;top=0;left=0;bottom=0;right=0;collapsible=0;dropTarget=0;fillColor=none;points=[[0,0.5],[1,0.5]];portConstraint=eastwest;strokeColor=inherit;fontSize=16;" value="" vertex="1">
          <mxGeometry height="30" width="198.47246442522373" y="90" as="geometry" />
        </mxCell>
        <mxCell id="Xo8xpW6T9qOqPY2RvKqo-57" parent="Xo8xpW6T9qOqPY2RvKqo-56" style="shape=partialRectangle;html=1;whiteSpace=wrap;connectable=0;fillColor=none;top=0;left=0;bottom=0;right=0;overflow=hidden;strokeColor=inherit;fontSize=16;fontColor=#000000;" value="" vertex="1">
          <mxGeometry height="30" width="34" as="geometry">
            <mxRectangle height="30" width="34" as="alternateBounds" />
          </mxGeometry>
        </mxCell>
        <mxCell id="Xo8xpW6T9qOqPY2RvKqo-58" parent="Xo8xpW6T9qOqPY2RvKqo-56" style="shape=partialRectangle;html=1;whiteSpace=wrap;connectable=0;fillColor=none;top=0;left=0;bottom=0;right=0;align=left;spacingLeft=6;overflow=hidden;strokeColor=inherit;fontSize=16;fontColor=#000000;" value="&lt;div style=&quot;text-align: center;&quot;&gt;&lt;span style=&quot;color: rgb(0, 0, 0); font-size: 12px; background-color: transparent;&quot;&gt;&lt;span style=&quot;background-color: transparent; text-align: left;&quot;&gt;departure_date&lt;/span&gt;&amp;nbsp;: TIME&lt;/span&gt;&lt;/div&gt;" vertex="1">
          <mxGeometry height="30" width="164" x="34" as="geometry">
            <mxRectangle height="30" width="164" as="alternateBounds" />
          </mxGeometry>
        </mxCell>
        <mxCell id="Xo8xpW6T9qOqPY2RvKqo-59" parent="Xo8xpW6T9qOqPY2RvKqo-49" style="shape=tableRow;horizontal=0;startSize=0;swimlaneHead=0;swimlaneBody=0;top=0;left=0;bottom=0;right=0;collapsible=0;dropTarget=0;fillColor=none;points=[[0,0.5],[1,0.5]];portConstraint=eastwest;strokeColor=inherit;fontSize=16;" value="" vertex="1">
          <mxGeometry height="30" width="198.47246442522373" y="120" as="geometry" />
        </mxCell>
        <mxCell id="Xo8xpW6T9qOqPY2RvKqo-60" parent="Xo8xpW6T9qOqPY2RvKqo-59" style="shape=partialRectangle;html=1;whiteSpace=wrap;connectable=0;fillColor=none;top=0;left=0;bottom=0;right=0;overflow=hidden;strokeColor=inherit;fontSize=16;fontColor=#000000;" value="" vertex="1">
          <mxGeometry height="30" width="34" as="geometry">
            <mxRectangle height="30" width="34" as="alternateBounds" />
          </mxGeometry>
        </mxCell>
        <mxCell id="Xo8xpW6T9qOqPY2RvKqo-61" parent="Xo8xpW6T9qOqPY2RvKqo-59" style="shape=partialRectangle;html=1;whiteSpace=wrap;connectable=0;fillColor=none;top=0;left=0;bottom=0;right=0;align=left;spacingLeft=6;overflow=hidden;strokeColor=inherit;fontSize=16;fontColor=#000000;" value="&lt;div style=&quot;text-align: center;&quot;&gt;&lt;span style=&quot;color: rgb(0, 0, 0); font-size: 12px; background-color: transparent;&quot;&gt;duration : TIME&lt;/span&gt;&lt;/div&gt;" vertex="1">
          <mxGeometry height="30" width="164" x="34" as="geometry">
            <mxRectangle height="30" width="164" as="alternateBounds" />
          </mxGeometry>
        </mxCell>
        <mxCell id="Xo8xpW6T9qOqPY2RvKqo-62" edge="1" parent="Xo8xpW6T9qOqPY2RvKqo-49" source="Xo8xpW6T9qOqPY2RvKqo-50" style="endArrow=none;html=1;rounded=0;strokeColor=#000000;entryX=1.002;entryY=0.898;entryDx=0;entryDy=0;entryPerimeter=0;exitX=0;exitY=0.9;exitDx=0;exitDy=0;exitPerimeter=0;" target="Xo8xpW6T9qOqPY2RvKqo-50" value="">
          <mxGeometry height="50" relative="1" width="50" as="geometry">
            <mxPoint x="72" y="102" as="sourcePoint" />
            <mxPoint x="122" y="52" as="targetPoint" />
          </mxGeometry>
        </mxCell>
        <mxCell id="Xo8xpW6T9qOqPY2RvKqo-63" parent="1" style="shape=table;startSize=30;container=1;collapsible=0;childLayout=tableLayout;fixedRows=1;rowLines=0;fontStyle=1;strokeColor=#000000;fontSize=16;fontColor=#000000;fillColor=#FFFFFF;" value="Bookings" vertex="1">
          <mxGeometry height="150" width="225.59746442522385" x="472" y="357" as="geometry" />
        </mxCell>
        <mxCell id="Xo8xpW6T9qOqPY2RvKqo-64" parent="Xo8xpW6T9qOqPY2RvKqo-63" style="shape=tableRow;horizontal=0;startSize=0;swimlaneHead=0;swimlaneBody=0;top=0;left=0;bottom=0;right=0;collapsible=0;dropTarget=0;fillColor=none;points=[[0,0.5],[1,0.5]];portConstraint=eastwest;strokeColor=inherit;fontSize=16;" value="" vertex="1">
          <mxGeometry height="30" width="225.59746442522385" y="30" as="geometry" />
        </mxCell>
        <mxCell id="Xo8xpW6T9qOqPY2RvKqo-65" parent="Xo8xpW6T9qOqPY2RvKqo-64" style="shape=partialRectangle;html=1;whiteSpace=wrap;connectable=0;fillColor=none;top=0;left=0;bottom=0;right=0;overflow=hidden;pointerEvents=1;strokeColor=#000000;fontSize=16;fontColor=#000000;" value="&lt;b&gt;&lt;font style=&quot;font-size: 14px;&quot;&gt;PK&lt;/font&gt;&lt;/b&gt;" vertex="1">
          <mxGeometry height="30" width="34" as="geometry">
            <mxRectangle height="30" width="34" as="alternateBounds" />
          </mxGeometry>
        </mxCell>
        <mxCell id="Xo8xpW6T9qOqPY2RvKqo-66" parent="Xo8xpW6T9qOqPY2RvKqo-64" style="shape=partialRectangle;html=1;whiteSpace=wrap;connectable=0;fillColor=none;top=0;left=0;bottom=0;right=0;align=left;spacingLeft=6;overflow=hidden;strokeColor=#000000;fontSize=16;fontColor=#000000;" value="&lt;font style=&quot;font-size: 12px;&quot;&gt;&lt;b&gt;id : INT&lt;/b&gt;&lt;/font&gt;" vertex="1">
          <mxGeometry height="30" width="192" x="34" as="geometry">
            <mxRectangle height="30" width="192" as="alternateBounds" />
          </mxGeometry>
        </mxCell>
        <mxCell id="Xo8xpW6T9qOqPY2RvKqo-67" parent="Xo8xpW6T9qOqPY2RvKqo-63" style="shape=tableRow;horizontal=0;startSize=0;swimlaneHead=0;swimlaneBody=0;top=0;left=0;bottom=0;right=0;collapsible=0;dropTarget=0;fillColor=none;points=[[0,0.5],[1,0.5]];portConstraint=eastwest;strokeColor=inherit;fontSize=16;" value="" vertex="1">
          <mxGeometry height="30" width="225.59746442522385" y="60" as="geometry" />
        </mxCell>
        <mxCell id="Xo8xpW6T9qOqPY2RvKqo-68" parent="Xo8xpW6T9qOqPY2RvKqo-67" style="shape=partialRectangle;html=1;whiteSpace=wrap;connectable=0;fillColor=none;top=0;left=0;bottom=0;right=0;overflow=hidden;strokeColor=inherit;fontSize=16;fontColor=#000000;" value="" vertex="1">
          <mxGeometry height="30" width="34" as="geometry">
            <mxRectangle height="30" width="34" as="alternateBounds" />
          </mxGeometry>
        </mxCell>
        <mxCell id="Xo8xpW6T9qOqPY2RvKqo-69" parent="Xo8xpW6T9qOqPY2RvKqo-67" style="shape=partialRectangle;html=1;whiteSpace=wrap;connectable=0;fillColor=none;top=0;left=0;bottom=0;right=0;align=left;spacingLeft=6;overflow=hidden;strokeColor=inherit;fontSize=16;fontColor=#000000;" value="&lt;font color=&quot;#000000&quot;&gt;&lt;span style=&quot;font-size: 12px;&quot;&gt;bookings_code : VARCHAR(12)&lt;/span&gt;&lt;/font&gt;" vertex="1">
          <mxGeometry height="30" width="192" x="34" as="geometry">
            <mxRectangle height="30" width="192" as="alternateBounds" />
          </mxGeometry>
        </mxCell>
        <mxCell id="Xo8xpW6T9qOqPY2RvKqo-70" parent="Xo8xpW6T9qOqPY2RvKqo-63" style="shape=tableRow;horizontal=0;startSize=0;swimlaneHead=0;swimlaneBody=0;top=0;left=0;bottom=0;right=0;collapsible=0;dropTarget=0;fillColor=none;points=[[0,0.5],[1,0.5]];portConstraint=eastwest;strokeColor=inherit;fontSize=16;" value="" vertex="1">
          <mxGeometry height="30" width="225.59746442522385" y="90" as="geometry" />
        </mxCell>
        <mxCell id="Xo8xpW6T9qOqPY2RvKqo-71" parent="Xo8xpW6T9qOqPY2RvKqo-70" style="shape=partialRectangle;html=1;whiteSpace=wrap;connectable=0;fillColor=none;top=0;left=0;bottom=0;right=0;overflow=hidden;strokeColor=inherit;fontSize=16;fontColor=#000000;" value="" vertex="1">
          <mxGeometry height="30" width="34" as="geometry">
            <mxRectangle height="30" width="34" as="alternateBounds" />
          </mxGeometry>
        </mxCell>
        <mxCell id="Xo8xpW6T9qOqPY2RvKqo-72" parent="Xo8xpW6T9qOqPY2RvKqo-70" style="shape=partialRectangle;html=1;whiteSpace=wrap;connectable=0;fillColor=none;top=0;left=0;bottom=0;right=0;align=left;spacingLeft=6;overflow=hidden;strokeColor=inherit;fontSize=16;fontColor=#000000;" value="&lt;div style=&quot;text-align: left;&quot;&gt;&lt;span style=&quot;color: rgb(0, 0, 0); font-size: 12px; background-color: transparent;&quot;&gt;total_amount : DECIMAL(10,2)&lt;/span&gt;&lt;/div&gt;" vertex="1">
          <mxGeometry height="30" width="192" x="34" as="geometry">
            <mxRectangle height="30" width="192" as="alternateBounds" />
          </mxGeometry>
        </mxCell>
        <mxCell id="Xo8xpW6T9qOqPY2RvKqo-73" parent="Xo8xpW6T9qOqPY2RvKqo-63" style="shape=tableRow;horizontal=0;startSize=0;swimlaneHead=0;swimlaneBody=0;top=0;left=0;bottom=0;right=0;collapsible=0;dropTarget=0;fillColor=none;points=[[0,0.5],[1,0.5]];portConstraint=eastwest;strokeColor=inherit;fontSize=16;" value="" vertex="1">
          <mxGeometry height="30" width="225.59746442522385" y="120" as="geometry" />
        </mxCell>
        <mxCell id="Xo8xpW6T9qOqPY2RvKqo-74" parent="Xo8xpW6T9qOqPY2RvKqo-73" style="shape=partialRectangle;html=1;whiteSpace=wrap;connectable=0;fillColor=none;top=0;left=0;bottom=0;right=0;overflow=hidden;strokeColor=inherit;fontSize=16;fontColor=#000000;" value="" vertex="1">
          <mxGeometry height="30" width="34" as="geometry">
            <mxRectangle height="30" width="34" as="alternateBounds" />
          </mxGeometry>
        </mxCell>
        <mxCell id="Xo8xpW6T9qOqPY2RvKqo-75" parent="Xo8xpW6T9qOqPY2RvKqo-73" style="shape=partialRectangle;html=1;whiteSpace=wrap;connectable=0;fillColor=none;top=0;left=0;bottom=0;right=0;align=left;spacingLeft=6;overflow=hidden;strokeColor=inherit;fontSize=16;fontColor=#000000;" value="&lt;div style=&quot;text-align: center;&quot;&gt;&lt;span style=&quot;color: rgb(0, 0, 0); font-size: 12px; background-color: transparent;&quot;&gt;payment_status : ENUM&lt;/span&gt;&lt;/div&gt;" vertex="1">
          <mxGeometry height="30" width="192" x="34" as="geometry">
            <mxRectangle height="30" width="192" as="alternateBounds" />
          </mxGeometry>
        </mxCell>
        <mxCell id="Xo8xpW6T9qOqPY2RvKqo-76" edge="1" parent="Xo8xpW6T9qOqPY2RvKqo-63" source="Xo8xpW6T9qOqPY2RvKqo-64" style="endArrow=none;html=1;rounded=0;strokeColor=#000000;entryX=1.002;entryY=0.898;entryDx=0;entryDy=0;entryPerimeter=0;exitX=0;exitY=0.9;exitDx=0;exitDy=0;exitPerimeter=0;" target="Xo8xpW6T9qOqPY2RvKqo-64" value="">
          <mxGeometry height="50" relative="1" width="50" as="geometry">
            <mxPoint x="72" y="102" as="sourcePoint" />
            <mxPoint x="122" y="52" as="targetPoint" />
          </mxGeometry>
        </mxCell>
        <mxCell id="4wj_1gfYNaP55m7zzhlJ-1" parent="1" style="shape=table;startSize=30;container=1;collapsible=0;childLayout=tableLayout;fixedRows=1;rowLines=0;fontStyle=1;strokeColor=#000000;fontSize=16;fontColor=#000000;fillColor=#FFFFFF;" value="Tickets" vertex="1">
          <mxGeometry height="210" width="241.93083844866135" x="830.75" y="347" as="geometry" />
        </mxCell>
        <mxCell id="4wj_1gfYNaP55m7zzhlJ-2" parent="4wj_1gfYNaP55m7zzhlJ-1" style="shape=tableRow;horizontal=0;startSize=0;swimlaneHead=0;swimlaneBody=0;top=0;left=0;bottom=0;right=0;collapsible=0;dropTarget=0;fillColor=none;points=[[0,0.5],[1,0.5]];portConstraint=eastwest;strokeColor=inherit;fontSize=16;" value="" vertex="1">
          <mxGeometry height="30" width="241.93083844866135" y="30" as="geometry" />
        </mxCell>
        <mxCell id="4wj_1gfYNaP55m7zzhlJ-3" parent="4wj_1gfYNaP55m7zzhlJ-2" style="shape=partialRectangle;html=1;whiteSpace=wrap;connectable=0;fillColor=none;top=0;left=0;bottom=0;right=0;overflow=hidden;pointerEvents=1;strokeColor=#000000;fontSize=16;fontColor=#000000;" value="&lt;b&gt;&lt;font style=&quot;font-size: 14px;&quot;&gt;PK&lt;/font&gt;&lt;/b&gt;" vertex="1">
          <mxGeometry height="30" width="34" as="geometry">
            <mxRectangle height="30" width="34" as="alternateBounds" />
          </mxGeometry>
        </mxCell>
        <mxCell id="4wj_1gfYNaP55m7zzhlJ-4" parent="4wj_1gfYNaP55m7zzhlJ-2" style="shape=partialRectangle;html=1;whiteSpace=wrap;connectable=0;fillColor=none;top=0;left=0;bottom=0;right=0;align=left;spacingLeft=6;overflow=hidden;strokeColor=#000000;fontSize=16;fontColor=#000000;" value="&lt;font style=&quot;font-size: 12px;&quot;&gt;&lt;b&gt;id : INT&lt;/b&gt;&lt;/font&gt;" vertex="1">
          <mxGeometry height="30" width="208" x="34" as="geometry">
            <mxRectangle height="30" width="208" as="alternateBounds" />
          </mxGeometry>
        </mxCell>
        <mxCell id="4wj_1gfYNaP55m7zzhlJ-5" parent="4wj_1gfYNaP55m7zzhlJ-1" style="shape=tableRow;horizontal=0;startSize=0;swimlaneHead=0;swimlaneBody=0;top=0;left=0;bottom=0;right=0;collapsible=0;dropTarget=0;fillColor=none;points=[[0,0.5],[1,0.5]];portConstraint=eastwest;strokeColor=inherit;fontSize=16;" value="" vertex="1">
          <mxGeometry height="30" width="241.93083844866135" y="60" as="geometry" />
        </mxCell>
        <mxCell id="4wj_1gfYNaP55m7zzhlJ-6" parent="4wj_1gfYNaP55m7zzhlJ-5" style="shape=partialRectangle;html=1;whiteSpace=wrap;connectable=0;fillColor=none;top=0;left=0;bottom=0;right=0;overflow=hidden;strokeColor=inherit;fontSize=16;fontColor=#000000;" value="&lt;font style=&quot;font-size: 14px;&quot;&gt;FK&lt;/font&gt;" vertex="1">
          <mxGeometry height="30" width="34" as="geometry">
            <mxRectangle height="30" width="34" as="alternateBounds" />
          </mxGeometry>
        </mxCell>
        <mxCell id="4wj_1gfYNaP55m7zzhlJ-7" parent="4wj_1gfYNaP55m7zzhlJ-5" style="shape=partialRectangle;html=1;whiteSpace=wrap;connectable=0;fillColor=none;top=0;left=0;bottom=0;right=0;align=left;spacingLeft=6;overflow=hidden;strokeColor=inherit;fontSize=16;fontColor=#000000;" value="&lt;font color=&quot;#000000&quot;&gt;&lt;span style=&quot;font-size: 12px;&quot;&gt;bookings_id : INT&lt;/span&gt;&lt;/font&gt;" vertex="1">
          <mxGeometry height="30" width="208" x="34" as="geometry">
            <mxRectangle height="30" width="208" as="alternateBounds" />
          </mxGeometry>
        </mxCell>
        <mxCell id="4wj_1gfYNaP55m7zzhlJ-8" parent="4wj_1gfYNaP55m7zzhlJ-1" style="shape=tableRow;horizontal=0;startSize=0;swimlaneHead=0;swimlaneBody=0;top=0;left=0;bottom=0;right=0;collapsible=0;dropTarget=0;fillColor=none;points=[[0,0.5],[1,0.5]];portConstraint=eastwest;strokeColor=inherit;fontSize=16;" value="" vertex="1">
          <mxGeometry height="30" width="241.93083844866135" y="90" as="geometry" />
        </mxCell>
        <mxCell id="4wj_1gfYNaP55m7zzhlJ-9" parent="4wj_1gfYNaP55m7zzhlJ-8" style="shape=partialRectangle;html=1;whiteSpace=wrap;connectable=0;fillColor=none;top=0;left=0;bottom=0;right=0;overflow=hidden;strokeColor=inherit;fontSize=16;fontColor=#000000;" value="&lt;span style=&quot;font-size: 14px;&quot;&gt;FK&lt;/span&gt;" vertex="1">
          <mxGeometry height="30" width="34" as="geometry">
            <mxRectangle height="30" width="34" as="alternateBounds" />
          </mxGeometry>
        </mxCell>
        <mxCell id="4wj_1gfYNaP55m7zzhlJ-10" parent="4wj_1gfYNaP55m7zzhlJ-8" style="shape=partialRectangle;html=1;whiteSpace=wrap;connectable=0;fillColor=none;top=0;left=0;bottom=0;right=0;align=left;spacingLeft=6;overflow=hidden;strokeColor=inherit;fontSize=16;fontColor=#000000;" value="&lt;div style=&quot;text-align: left;&quot;&gt;&lt;span style=&quot;color: rgb(0, 0, 0); font-size: 12px;&quot;&gt;schedule_id : INT&lt;/span&gt;&lt;/div&gt;" vertex="1">
          <mxGeometry height="30" width="208" x="34" as="geometry">
            <mxRectangle height="30" width="208" as="alternateBounds" />
          </mxGeometry>
        </mxCell>
        <mxCell id="4wj_1gfYNaP55m7zzhlJ-11" parent="4wj_1gfYNaP55m7zzhlJ-1" style="shape=tableRow;horizontal=0;startSize=0;swimlaneHead=0;swimlaneBody=0;top=0;left=0;bottom=0;right=0;collapsible=0;dropTarget=0;fillColor=none;points=[[0,0.5],[1,0.5]];portConstraint=eastwest;strokeColor=inherit;fontSize=16;" value="" vertex="1">
          <mxGeometry height="30" width="241.93083844866135" y="120" as="geometry" />
        </mxCell>
        <mxCell id="4wj_1gfYNaP55m7zzhlJ-12" parent="4wj_1gfYNaP55m7zzhlJ-11" style="shape=partialRectangle;html=1;whiteSpace=wrap;connectable=0;fillColor=none;top=0;left=0;bottom=0;right=0;overflow=hidden;strokeColor=inherit;fontSize=16;fontColor=#000000;" value="" vertex="1">
          <mxGeometry height="30" width="34" as="geometry">
            <mxRectangle height="30" width="34" as="alternateBounds" />
          </mxGeometry>
        </mxCell>
        <mxCell id="4wj_1gfYNaP55m7zzhlJ-13" parent="4wj_1gfYNaP55m7zzhlJ-11" style="shape=partialRectangle;html=1;whiteSpace=wrap;connectable=0;fillColor=none;top=0;left=0;bottom=0;right=0;align=left;spacingLeft=6;overflow=hidden;strokeColor=inherit;fontSize=16;fontColor=#000000;" value="&lt;div style=&quot;text-align: center;&quot;&gt;&lt;span style=&quot;color: rgb(0, 0, 0); font-size: 12px; text-align: left;&quot;&gt;passengerr_name : VARCHAR(100)&lt;/span&gt;&lt;/div&gt;" vertex="1">
          <mxGeometry height="30" width="208" x="34" as="geometry">
            <mxRectangle height="30" width="208" as="alternateBounds" />
          </mxGeometry>
        </mxCell>
        <mxCell id="4wj_1gfYNaP55m7zzhlJ-15" parent="4wj_1gfYNaP55m7zzhlJ-1" style="shape=tableRow;horizontal=0;startSize=0;swimlaneHead=0;swimlaneBody=0;top=0;left=0;bottom=0;right=0;collapsible=0;dropTarget=0;fillColor=none;points=[[0,0.5],[1,0.5]];portConstraint=eastwest;strokeColor=inherit;fontSize=16;" value="" vertex="1">
          <mxGeometry height="30" width="241.93083844866135" y="150" as="geometry" />
        </mxCell>
        <mxCell id="4wj_1gfYNaP55m7zzhlJ-16" parent="4wj_1gfYNaP55m7zzhlJ-15" style="shape=partialRectangle;html=1;whiteSpace=wrap;connectable=0;fillColor=none;top=0;left=0;bottom=0;right=0;overflow=hidden;strokeColor=inherit;fontSize=16;fontColor=#000000;" value="" vertex="1">
          <mxGeometry height="30" width="34" as="geometry">
            <mxRectangle height="30" width="34" as="alternateBounds" />
          </mxGeometry>
        </mxCell>
        <mxCell id="4wj_1gfYNaP55m7zzhlJ-17" parent="4wj_1gfYNaP55m7zzhlJ-15" style="shape=partialRectangle;html=1;whiteSpace=wrap;connectable=0;fillColor=none;top=0;left=0;bottom=0;right=0;align=left;spacingLeft=6;overflow=hidden;strokeColor=inherit;fontSize=16;fontColor=#000000;" value="&lt;div style=&quot;text-align: center;&quot;&gt;&lt;span style=&quot;color: rgb(0, 0, 0); font-size: 12px; text-align: left;&quot;&gt;passenger_id_card : VARCHAR(20)&lt;/span&gt;&lt;/div&gt;" vertex="1">
          <mxGeometry height="30" width="208" x="34" as="geometry">
            <mxRectangle height="30" width="208" as="alternateBounds" />
          </mxGeometry>
        </mxCell>
        <mxCell id="4wj_1gfYNaP55m7zzhlJ-18" parent="4wj_1gfYNaP55m7zzhlJ-1" style="shape=tableRow;horizontal=0;startSize=0;swimlaneHead=0;swimlaneBody=0;top=0;left=0;bottom=0;right=0;collapsible=0;dropTarget=0;fillColor=none;points=[[0,0.5],[1,0.5]];portConstraint=eastwest;strokeColor=inherit;fontSize=16;" value="" vertex="1">
          <mxGeometry height="30" width="241.93083844866135" y="180" as="geometry" />
        </mxCell>
        <mxCell id="4wj_1gfYNaP55m7zzhlJ-19" parent="4wj_1gfYNaP55m7zzhlJ-18" style="shape=partialRectangle;html=1;whiteSpace=wrap;connectable=0;fillColor=none;top=0;left=0;bottom=0;right=0;overflow=hidden;strokeColor=inherit;fontSize=16;fontColor=#000000;" value="" vertex="1">
          <mxGeometry height="30" width="34" as="geometry">
            <mxRectangle height="30" width="34" as="alternateBounds" />
          </mxGeometry>
        </mxCell>
        <mxCell id="4wj_1gfYNaP55m7zzhlJ-20" parent="4wj_1gfYNaP55m7zzhlJ-18" style="shape=partialRectangle;html=1;whiteSpace=wrap;connectable=0;fillColor=none;top=0;left=0;bottom=0;right=0;align=left;spacingLeft=6;overflow=hidden;strokeColor=inherit;fontSize=16;fontColor=#000000;" value="&lt;div style=&quot;text-align: center;&quot;&gt;&lt;span style=&quot;color: rgb(0, 0, 0); font-size: 12px; text-align: left;&quot;&gt;seat_number : INT&lt;/span&gt;&lt;/div&gt;" vertex="1">
          <mxGeometry height="30" width="208" x="34" as="geometry">
            <mxRectangle height="30" width="208" as="alternateBounds" />
          </mxGeometry>
        </mxCell>
        <mxCell id="4wj_1gfYNaP55m7zzhlJ-14" edge="1" parent="4wj_1gfYNaP55m7zzhlJ-1" source="4wj_1gfYNaP55m7zzhlJ-2" style="endArrow=none;html=1;rounded=0;strokeColor=#000000;entryX=1.002;entryY=0.898;entryDx=0;entryDy=0;entryPerimeter=0;exitX=0;exitY=0.9;exitDx=0;exitDy=0;exitPerimeter=0;" target="4wj_1gfYNaP55m7zzhlJ-2" value="">
          <mxGeometry height="50" relative="1" width="50" as="geometry">
            <mxPoint x="72" y="102" as="sourcePoint" />
            <mxPoint x="122" y="52" as="targetPoint" />
          </mxGeometry>
        </mxCell>
      </root>
    </mxGraphModel>
  </diagram>
</mxfile>
